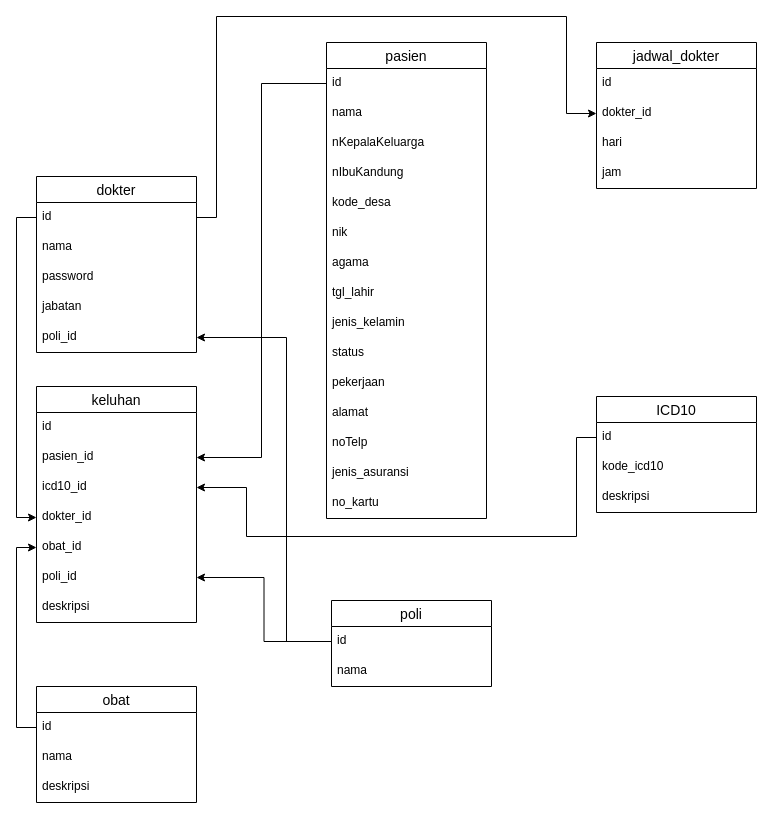
This is ERD/ERD sistem-rekam-medis.drawio from zabilsabri/sistem-rekam-medis, a draw.io file, before an edit. Source tidied: cells renumbered, new cells numbered last; positions are measured from the earlier drawing's top-left corner, leaving out a move shared by most shapes. Both pictures are drawn from the tidied source at 100%, with x=0, y=0 at pixel (36, 16).
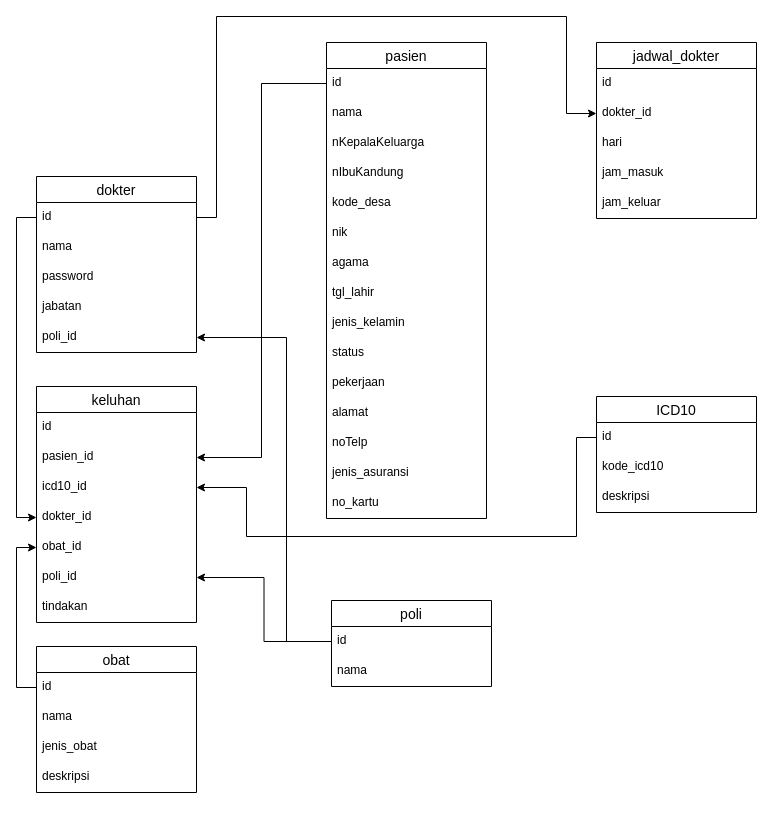
Above is the later version.

Unchanged cells that the change refers to:
```xml
<mxCell id="32" value="keluhan" style="swimlane;fontStyle=0;horizontal=1;startSize=26;align=center;fontSize=14;" parent="1" vertex="1">
  <mxGeometry y="370" width="160" height="236" as="geometry" />
</mxCell>
```

Diff of the diagram source:
```diff
@@
     <mxCell id="24" value="obat" style="swimlane;fontStyle=0;horizontal=1;startSize=26;align=center;fontSize=14;" parent="1" vertex="1">
-      <mxGeometry y="670" width="160" height="116" as="geometry" />
+      <mxGeometry y="630" width="160" height="146" as="geometry" />
     </mxCell>
@@
+    <mxCell id="55" value="jenis_obat" style="text;strokeColor=none;fillColor=none;spacingLeft=4;spacingRight=4;overflow=hidden;fontSize=12;" parent="24" vertex="1">
+      <mxGeometry y="86" width="160" height="30" as="geometry" />
+    </mxCell>
     <mxCell id="27" value="deskripsi" style="text;strokeColor=none;fillColor=none;spacingLeft=4;spacingRight=4;overflow=hidden;fontSize=12;" parent="24" vertex="1">
-      <mxGeometry y="86" width="160" height="30" as="geometry" />
+      <mxGeometry y="116" width="160" height="30" as="geometry" />
     </mxCell>
@@
-    <mxCell id="39" value="deskripsi" style="text;strokeColor=none;fillColor=none;spacingLeft=4;spacingRight=4;overflow=hidden;fontSize=12;" parent="32" vertex="1">
+    <mxCell id="39" value="tindakan" style="text;strokeColor=none;fillColor=none;spacingLeft=4;spacingRight=4;overflow=hidden;fontSize=12;" parent="32" vertex="1">
       <mxGeometry y="206" width="160" height="30" as="geometry" />
     </mxCell>
     <mxCell id="40" value="jadwal_dokter" style="swimlane;fontStyle=0;horizontal=1;startSize=26;align=center;fontSize=14;" parent="1" vertex="1">
-      <mxGeometry x="560" y="26" width="160" height="146" as="geometry" />
+      <mxGeometry x="560" y="26" width="160" height="176" as="geometry" />
     </mxCell>
@@
-    <mxCell id="44" value="jam" style="text;strokeColor=none;fillColor=none;spacingLeft=4;spacingRight=4;overflow=hidden;fontSize=12;" parent="40" vertex="1">
+    <mxCell id="44" value="jam_masuk" style="text;strokeColor=none;fillColor=none;spacingLeft=4;spacingRight=4;overflow=hidden;fontSize=12;" parent="40" vertex="1">
       <mxGeometry y="116" width="160" height="30" as="geometry" />
     </mxCell>
+    <mxCell id="56" value="jam_keluar" style="text;strokeColor=none;fillColor=none;spacingLeft=4;spacingRight=4;overflow=hidden;fontSize=12;" parent="40" vertex="1">
+      <mxGeometry y="146" width="160" height="30" as="geometry" />
+    </mxCell>
```
